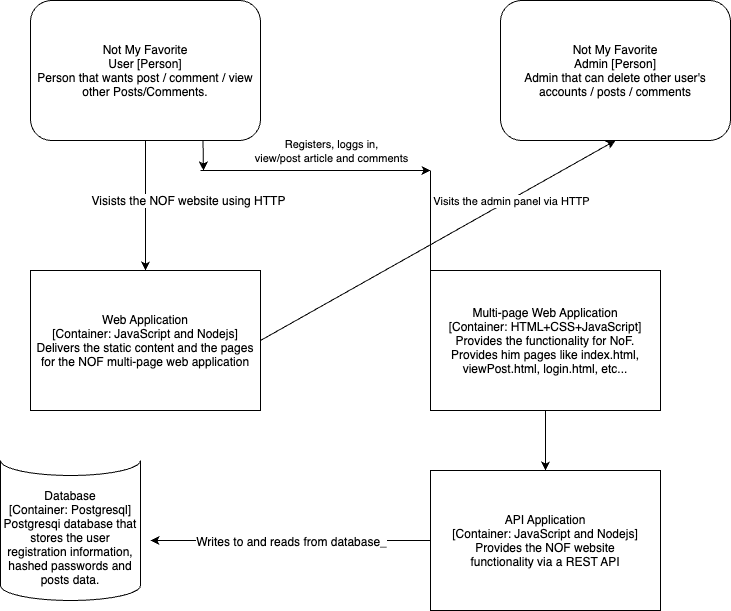
Before: presentation/C1.png, a diagram exported from draw.io (FabianHirjan/NOT-My-Favourite---Node). Source tidied: cells renumbered, new cells last; positions are measured from the earlier drawing's top-left corner, leaving out a move shared by most shapes.
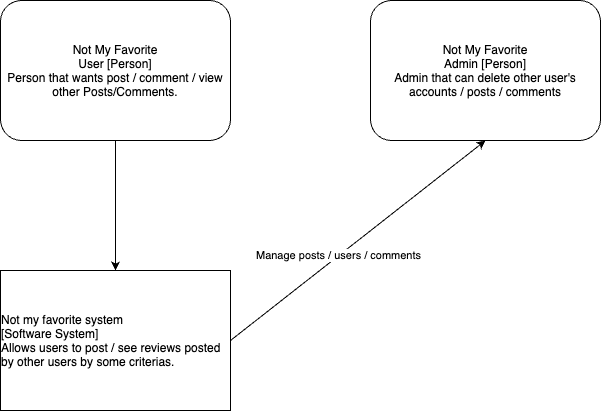
After the change.

Diff of the diagram source:
```diff
@@ -6,9 +6,9 @@
       <mxGeometry x="30" width="230" height="140" as="geometry" />
     </mxCell>
     <mxCell id="3" value="&lt;p style=&quot;margin: 0px; font-variant-numeric: normal; font-variant-east-asian: normal; font-variant-alternates: normal; font-kerning: auto; font-optical-sizing: auto; font-feature-settings: normal; font-variation-settings: normal; font-variant-position: normal; font-stretch: normal; line-height: normal;&quot; class=&quot;p1&quot;&gt;Not My Favorite&lt;/p&gt;&lt;p style=&quot;margin: 0px; font-variant-numeric: normal; font-variant-east-asian: normal; font-variant-alternates: normal; font-kerning: auto; font-optical-sizing: auto; font-feature-settings: normal; font-variation-settings: normal; font-variant-position: normal; font-stretch: normal; line-height: normal;&quot; class=&quot;p1&quot;&gt;Admin [Person]&lt;/p&gt;&lt;p style=&quot;margin: 0px; font-variant-numeric: normal; font-variant-east-asian: normal; font-variant-alternates: normal; font-kerning: auto; font-optical-sizing: auto; font-feature-settings: normal; font-variation-settings: normal; font-variant-position: normal; font-stretch: normal; line-height: normal;&quot; class=&quot;p1&quot;&gt;Admin that can delete other user's accounts / posts / comments&lt;/p&gt;" style="rounded=1;whiteSpace=wrap;html=1;align=center;" parent="1" vertex="1">
-      <mxGeometry x="500" width="230" height="140" as="geometry" />
+      <mxGeometry x="400" width="230" height="140" as="geometry" />
     </mxCell>
-    <mxCell id="4" value="&lt;p style=&quot;margin: 0px; font-variant-numeric: normal; font-variant-east-asian: normal; font-variant-alternates: normal; font-kerning: auto; font-optical-sizing: auto; font-feature-settings: normal; font-variation-settings: normal; font-variant-position: normal; font-stretch: normal; line-height: normal;&quot; class=&quot;p1&quot;&gt;Web Application&lt;/p&gt;&lt;p style=&quot;margin: 0px; font-variant-numeric: normal; font-variant-east-asian: normal; font-variant-alternates: normal; font-kerning: auto; font-optical-sizing: auto; font-feature-settings: normal; font-variation-settings: normal; font-variant-position: normal; font-stretch: normal; line-height: normal;&quot; class=&quot;p1&quot;&gt;[Container: JavaScript and Nodejs]&lt;/p&gt;&lt;p style=&quot;margin: 0px; font-variant-numeric: normal; font-variant-east-asian: normal; font-variant-alternates: normal; font-kerning: auto; font-optical-sizing: auto; font-feature-settings: normal; font-variation-settings: normal; font-variant-position: normal; font-stretch: normal; line-height: normal;&quot; class=&quot;p1&quot;&gt;Delivers the static content and the pages for the NOF&amp;nbsp;&lt;span style=&quot;background-color: initial;&quot;&gt;multi-page web application&lt;/span&gt;&lt;/p&gt;" style="rounded=0;whiteSpace=wrap;html=1;align=center;" parent="1" vertex="1">
+    <mxCell id="4" value="&lt;p style=&quot;margin: 0px; font-variant-numeric: normal; font-variant-east-asian: normal; font-variant-alternates: normal; font-kerning: auto; font-optical-sizing: auto; font-feature-settings: normal; font-variation-settings: normal; font-variant-position: normal; font-stretch: normal; line-height: normal; text-align: start;&quot; class=&quot;p1&quot;&gt;&lt;span style=&quot;background-color: initial;&quot;&gt;Not my favorite system&lt;/span&gt;&lt;/p&gt;&lt;p style=&quot;margin: 0px; font-variant-numeric: normal; font-variant-east-asian: normal; font-variant-alternates: normal; font-kerning: auto; font-optical-sizing: auto; font-feature-settings: normal; font-variation-settings: normal; font-variant-position: normal; font-stretch: normal; line-height: normal; text-align: start;&quot; class=&quot;p1&quot;&gt;&lt;span style=&quot;background-color: initial;&quot;&gt;[Software System]&lt;/span&gt;&lt;br&gt;&lt;/p&gt;&lt;p style=&quot;margin: 0px; font-variant-numeric: normal; font-variant-east-asian: normal; font-variant-alternates: normal; font-kerning: auto; font-optical-sizing: auto; font-feature-settings: normal; font-variation-settings: normal; font-variant-position: normal; font-stretch: normal; line-height: normal; text-align: start;&quot; class=&quot;p1&quot;&gt;Allows users to post / see reviews posted by other users by some criterias.&lt;/p&gt;" style="rounded=0;whiteSpace=wrap;html=1;" parent="1" vertex="1">
       <mxGeometry x="30" y="270" width="230" height="140" as="geometry" />
     </mxCell>
     <mxCell id="5" style="endArrow=classic;html=1;rounded=0;exitX=0.5;exitY=1;exitDx=0;exitDy=0;entryX=0.5;entryY=0;entryDx=0;entryDy=0;" parent="1" edge="1" source="2" target="4">
@@ -17,60 +17,8 @@
     <mxCell id="6" style="endArrow=classic;html=1;rounded=0;entryX=0.5;entryY=1;entryDx=0;entryDy=0;exitX=1;exitY=0.5;exitDx=0;exitDy=0;" parent="1" edge="1" source="4" target="3">
       <mxGeometry relative="1" as="geometry" />
     </mxCell>
-    <mxCell id="7" value="&lt;p style=&quot;margin: 0px; font-variant-numeric: normal; font-variant-east-asian: normal; font-variant-alternates: normal; font-kerning: auto; font-optical-sizing: auto; font-feature-settings: normal; font-variation-settings: normal; font-variant-position: normal; font-stretch: normal; font-size: 12px; line-height: normal; text-align: start;&quot; class=&quot;p1&quot;&gt;Visists the NOF website using HTTP&lt;/p&gt;" style="edgeLabel;html=1;align=center;verticalAlign=middle;" parent="6" vertex="1">
-      <mxGeometry x="-0.16" y="1" relative="1" as="geometry">
-        <mxPoint x="-222" y="-55" as="offset" />
-      </mxGeometry>
+    <mxCell id="7" value="Manage posts / users / comments" style="edgeLabel;html=1;align=center;verticalAlign=middle;" parent="6" vertex="1">
+      <mxGeometry x="-0.16" y="1" relative="1" as="geometry" />
     </mxCell>
-    <mxCell id="8" value="Visits the admin panel via HTTP" style="edgeLabel;html=1;align=center;verticalAlign=middle;" parent="6" vertex="1">
-      <mxGeometry x="-0.31" y="-3" relative="1" as="geometry">
-        <mxPoint x="126" y="-73" as="offset" />
-      </mxGeometry>
-    </mxCell>
-    <mxCell id="9" style="endArrow=classic;html=1;rounded=0;exitX=0.75;exitY=1;exitDx=0;exitDy=0;" parent="1" edge="1" source="2">
-      <mxGeometry relative="1" as="geometry">
-        <mxPoint x="203" y="170" as="targetPoint" />
-      </mxGeometry>
-    </mxCell>
-    <mxCell id="10" value="&lt;p style=&quot;margin: 0px; font-variant-numeric: normal; font-variant-east-asian: normal; font-variant-alternates: normal; font-kerning: auto; font-optical-sizing: auto; font-feature-settings: normal; font-variation-settings: normal; font-variant-position: normal; font-stretch: normal; font-size: 12px; line-height: normal; text-align: start;&quot; class=&quot;p1&quot;&gt;&lt;br&gt;&lt;/p&gt;" style="endArrow=classic;html=1;rounded=0;" parent="1" edge="1">
-      <mxGeometry x="1" y="10" relative="1" as="geometry">
-        <mxPoint x="200" y="170" as="sourcePoint" />
-        <mxPoint x="430" y="170" as="targetPoint" />
-        <mxPoint x="10" y="10" as="offset" />
-      </mxGeometry>
-    </mxCell>
-    <mxCell id="11" value="Registers, loggs in, &lt;br&gt;view/post article and comments" style="edgeLabel;html=1;align=center;verticalAlign=middle;" parent="10" vertex="1">
-      <mxGeometry x="-0.37" y="-1" relative="1" as="geometry">
-        <mxPoint x="58" y="-21" as="offset" />
-      </mxGeometry>
-    </mxCell>
-    <mxCell id="12" style="endArrow=none;html=1;rounded=0;" parent="1" edge="1">
-      <mxGeometry relative="1" as="geometry">
-        <mxPoint x="430" y="300" as="sourcePoint" />
-        <mxPoint x="430" y="170" as="targetPoint" />
-      </mxGeometry>
-    </mxCell>
-    <mxCell id="13" value="&lt;p style=&quot;margin: 0px; font-variant-numeric: normal; font-variant-east-asian: normal; font-variant-alternates: normal; font-kerning: auto; font-optical-sizing: auto; font-feature-settings: normal; font-variation-settings: normal; font-variant-position: normal; font-stretch: normal; line-height: normal;&quot; class=&quot;p1&quot;&gt;Multi-page Web Application&lt;/p&gt;&lt;p style=&quot;margin: 0px; font-variant-numeric: normal; font-variant-east-asian: normal; font-variant-alternates: normal; font-kerning: auto; font-optical-sizing: auto; font-feature-settings: normal; font-variation-settings: normal; font-variant-position: normal; font-stretch: normal; line-height: normal;&quot; class=&quot;p1&quot;&gt;[Container: HTML+CSS+JavaScript]&lt;/p&gt;&lt;p style=&quot;margin: 0px; font-variant-numeric: normal; font-variant-east-asian: normal; font-variant-alternates: normal; font-kerning: auto; font-optical-sizing: auto; font-feature-settings: normal; font-variation-settings: normal; font-variant-position: normal; font-stretch: normal; line-height: normal;&quot; class=&quot;p1&quot;&gt;Provides the functionality for NoF. Provides him pages like index.html, viewPost.html, login.html, etc...&lt;/p&gt;" style="rounded=0;whiteSpace=wrap;html=1;align=center;" parent="1" vertex="1">
-      <mxGeometry x="430" y="270" width="230" height="140" as="geometry" />
-    </mxCell>
-    <mxCell id="14" value="&lt;p style=&quot;margin: 0px; font-variant-numeric: normal; font-variant-east-asian: normal; font-variant-alternates: normal; font-kerning: auto; font-optical-sizing: auto; font-feature-settings: normal; font-variation-settings: normal; font-variant-position: normal; font-stretch: normal; line-height: normal;&quot; class=&quot;p1&quot;&gt;API Application&lt;/p&gt;&lt;p style=&quot;margin: 0px; font-variant-numeric: normal; font-variant-east-asian: normal; font-variant-alternates: normal; font-kerning: auto; font-optical-sizing: auto; font-feature-settings: normal; font-variation-settings: normal; font-variant-position: normal; font-stretch: normal; line-height: normal;&quot; class=&quot;p1&quot;&gt;[Container: JavaScript and Nodejs]&lt;/p&gt;&lt;p style=&quot;margin: 0px; font-variant-numeric: normal; font-variant-east-asian: normal; font-variant-alternates: normal; font-kerning: auto; font-optical-sizing: auto; font-feature-settings: normal; font-variation-settings: normal; font-variant-position: normal; font-stretch: normal; line-height: normal;&quot; class=&quot;p1&quot;&gt;Provides the NOF website&lt;/p&gt;&lt;p style=&quot;margin: 0px; font-variant-numeric: normal; font-variant-east-asian: normal; font-variant-alternates: normal; font-kerning: auto; font-optical-sizing: auto; font-feature-settings: normal; font-variation-settings: normal; font-variant-position: normal; font-stretch: normal; line-height: normal;&quot; class=&quot;p1&quot;&gt;functionality via a REST API&lt;/p&gt;" style="rounded=0;whiteSpace=wrap;html=1;align=center;" parent="1" vertex="1">
-      <mxGeometry x="430" y="470" width="230" height="140" as="geometry" />
-    </mxCell>
-    <mxCell id="15" style="endArrow=classic;html=1;rounded=0;entryX=0.5;entryY=0;entryDx=0;entryDy=0;exitX=0.5;exitY=1;exitDx=0;exitDy=0;" parent="1" edge="1" source="13" target="14">
-      <mxGeometry relative="1" as="geometry" />
-    </mxCell>
-    <mxCell id="16" style="endArrow=classic;html=1;rounded=0;exitX=0;exitY=0.5;exitDx=0;exitDy=0;" parent="1" edge="1" source="14">
-      <mxGeometry relative="1" as="geometry">
-        <mxPoint x="150" y="540" as="targetPoint" />
-      </mxGeometry>
-    </mxCell>
-    <mxCell id="17" value="&lt;p style=&quot;margin: 0px; font-variant-numeric: normal; font-variant-east-asian: normal; font-variant-alternates: normal; font-kerning: auto; font-optical-sizing: auto; font-feature-settings: normal; font-variation-settings: normal; font-variant-position: normal; font-stretch: normal; font-size: 12px; line-height: normal; text-align: start;&quot; class=&quot;p1&quot;&gt;Writes to and reads from database_&lt;/p&gt;" style="edgeLabel;html=1;align=center;verticalAlign=middle;" parent="16" vertex="1">
-      <mxGeometry x="0.11" y="-1" relative="1" as="geometry">
-        <mxPoint x="15" y="1" as="offset" />
-      </mxGeometry>
-    </mxCell>
-    <mxCell id="18" value="&lt;p style=&quot;margin: 0px; font-variant-numeric: normal; font-variant-east-asian: normal; font-variant-alternates: normal; font-kerning: auto; font-optical-sizing: auto; font-feature-settings: normal; font-variation-settings: normal; font-variant-position: normal; font-stretch: normal; line-height: normal;&quot; class=&quot;p1&quot;&gt;Database&lt;/p&gt;&lt;p style=&quot;margin: 0px; font-variant-numeric: normal; font-variant-east-asian: normal; font-variant-alternates: normal; font-kerning: auto; font-optical-sizing: auto; font-feature-settings: normal; font-variation-settings: normal; font-variant-position: normal; font-stretch: normal; line-height: normal;&quot; class=&quot;p1&quot;&gt;[Container: Postgresql]&lt;/p&gt;&lt;p style=&quot;margin: 0px; font-variant-numeric: normal; font-variant-east-asian: normal; font-variant-alternates: normal; font-kerning: auto; font-optical-sizing: auto; font-feature-settings: normal; font-variation-settings: normal; font-variant-position: normal; font-stretch: normal; line-height: normal;&quot; class=&quot;p1&quot;&gt;Postgresqi database that stores the user registration information, hashed passwords and posts data.&lt;/p&gt;" style="shape=cylinder3;whiteSpace=wrap;html=1;boundedLbl=1;backgroundOutline=1;size=15;lid=0;align=center;" parent="1" vertex="1">
-      <mxGeometry y="460" width="140" height="140" as="geometry" />
-    </mxCell>
   </root>
 </mxGraphModel>
```
